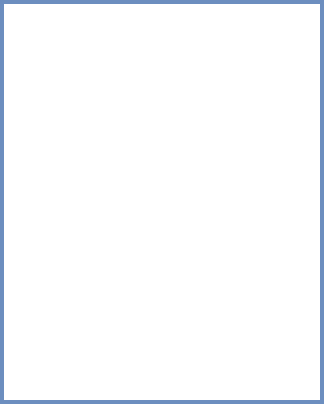
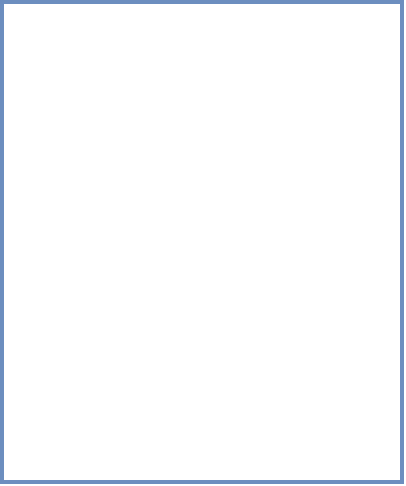
<mxfile host="app.diagrams.net">
  <diagram name="第 1 页" id="TTKG6km44kS7ufB13rRc">
    <mxGraphModel dx="1406" dy="629" grid="1" gridSize="10" guides="1" tooltips="1" connect="1" arrows="1" fold="1" page="0" pageScale="1" pageWidth="827" pageHeight="1169" math="0" shadow="0">
      <root>
        <mxCell id="0" />
        <mxCell id="1" parent="0" />
        <mxCell id="0RtjPVE_HrQjZ_79-Ilf-1" parent="1" style="rounded=0;whiteSpace=wrap;html=1;fillColor=none;strokeColor=#6c8ebf;strokeWidth=2;" value="" vertex="1">
-           <mxGeometry height="200" width="160" x="-40" y="80" as="geometry" />
+           <mxGeometry height="240" width="200" x="-40" y="80" as="geometry" />
        </mxCell>
      </root>
    </mxGraphModel>
  </diagram>
</mxfile>
